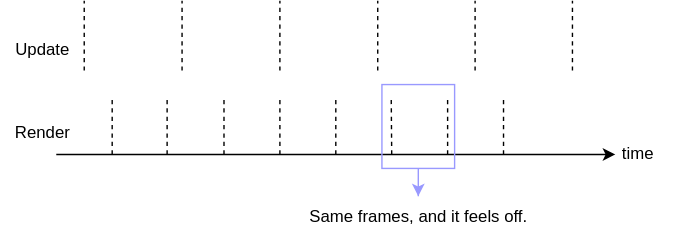
Earlier version of the draw.io export content/posts/frame-pacing/resources/timestep_1.svg (raylee9919/raylee9919.github.io). Source tidied: cells renumbered, new cells last; positions are measured from the earlier drawing's top-left corner, leaving out a move shared by most shapes.
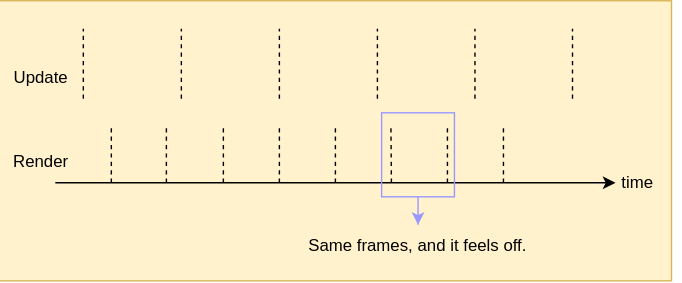
After the commit.

Diff of the diagram source:
```diff
@@ -2,113 +2,116 @@
   <root>
     <mxCell id="0" />
     <mxCell id="1" parent="0" />
-    <mxCell id="2" style="endArrow=classic;html=1;rounded=0;" parent="1" edge="1">
-      <mxGeometry relative="1" as="geometry">
-        <mxPoint x="40" y="110" as="sourcePoint" />
-        <mxPoint x="440" y="110" as="targetPoint" />
-      </mxGeometry>
+    <mxCell id="2" style="rounded=0;whiteSpace=wrap;html=1;fillColor=#fff2cc;strokeColor=#d6b656;" parent="1" vertex="1">
+      <mxGeometry x="80" y="-210" width="480" height="200" as="geometry" />
     </mxCell>
-    <mxCell id="3" style="endArrow=none;dashed=1;html=1;rounded=0;" parent="1" edge="1">
+    <mxCell id="3" style="endArrow=classic;html=1;rounded=0;" parent="1" edge="1">
       <mxGeometry relative="1" as="geometry">
-        <mxPoint x="80" y="110" as="sourcePoint" />
-        <mxPoint x="80" y="70" as="targetPoint" />
+        <mxPoint x="120" y="-80" as="sourcePoint" />
+        <mxPoint x="520" y="-80" as="targetPoint" />
       </mxGeometry>
     </mxCell>
     <mxCell id="4" style="endArrow=none;dashed=1;html=1;rounded=0;" parent="1" edge="1">
       <mxGeometry relative="1" as="geometry">
-        <mxPoint x="119.3" y="110" as="sourcePoint" />
-        <mxPoint x="119.3" y="70" as="targetPoint" />
+        <mxPoint x="160" y="-80" as="sourcePoint" />
+        <mxPoint x="160" y="-120" as="targetPoint" />
       </mxGeometry>
     </mxCell>
     <mxCell id="5" style="endArrow=none;dashed=1;html=1;rounded=0;" parent="1" edge="1">
       <mxGeometry relative="1" as="geometry">
-        <mxPoint x="160" y="110" as="sourcePoint" />
-        <mxPoint x="160" y="70" as="targetPoint" />
+        <mxPoint x="199.3" y="-80" as="sourcePoint" />
+        <mxPoint x="199.3" y="-120" as="targetPoint" />
       </mxGeometry>
     </mxCell>
     <mxCell id="6" style="endArrow=none;dashed=1;html=1;rounded=0;" parent="1" edge="1">
       <mxGeometry relative="1" as="geometry">
-        <mxPoint x="200" y="110" as="sourcePoint" />
-        <mxPoint x="200" y="70" as="targetPoint" />
+        <mxPoint x="240" y="-80" as="sourcePoint" />
+        <mxPoint x="240" y="-120" as="targetPoint" />
       </mxGeometry>
     </mxCell>
     <mxCell id="7" style="endArrow=none;dashed=1;html=1;rounded=0;" parent="1" edge="1">
       <mxGeometry relative="1" as="geometry">
-        <mxPoint x="240" y="110" as="sourcePoint" />
-        <mxPoint x="240" y="70" as="targetPoint" />
+        <mxPoint x="280" y="-80" as="sourcePoint" />
+        <mxPoint x="280" y="-120" as="targetPoint" />
       </mxGeometry>
     </mxCell>
     <mxCell id="8" style="endArrow=none;dashed=1;html=1;rounded=0;" parent="1" edge="1">
       <mxGeometry relative="1" as="geometry">
-        <mxPoint x="280" y="110" as="sourcePoint" />
-        <mxPoint x="279.7" y="70" as="targetPoint" />
+        <mxPoint x="320" y="-80" as="sourcePoint" />
+        <mxPoint x="320" y="-120" as="targetPoint" />
       </mxGeometry>
     </mxCell>
     <mxCell id="9" style="endArrow=none;dashed=1;html=1;rounded=0;" parent="1" edge="1">
       <mxGeometry relative="1" as="geometry">
-        <mxPoint x="320" y="110" as="sourcePoint" />
-        <mxPoint x="320" y="70" as="targetPoint" />
+        <mxPoint x="360" y="-80" as="sourcePoint" />
+        <mxPoint x="359.7" y="-120" as="targetPoint" />
       </mxGeometry>
     </mxCell>
     <mxCell id="10" style="endArrow=none;dashed=1;html=1;rounded=0;" parent="1" edge="1">
       <mxGeometry relative="1" as="geometry">
-        <mxPoint x="360" y="110" as="sourcePoint" />
-        <mxPoint x="360" y="70" as="targetPoint" />
+        <mxPoint x="400" y="-80" as="sourcePoint" />
+        <mxPoint x="400" y="-120" as="targetPoint" />
       </mxGeometry>
     </mxCell>
     <mxCell id="11" style="endArrow=none;dashed=1;html=1;rounded=0;" parent="1" edge="1">
       <mxGeometry relative="1" as="geometry">
-        <mxPoint x="60" y="50" as="sourcePoint" />
-        <mxPoint x="60" as="targetPoint" />
+        <mxPoint x="440" y="-80" as="sourcePoint" />
+        <mxPoint x="440" y="-120" as="targetPoint" />
       </mxGeometry>
     </mxCell>
     <mxCell id="12" style="endArrow=none;dashed=1;html=1;rounded=0;" parent="1" edge="1">
       <mxGeometry relative="1" as="geometry">
-        <mxPoint x="130" y="50" as="sourcePoint" />
-        <mxPoint x="130" as="targetPoint" />
+        <mxPoint x="140" y="-140" as="sourcePoint" />
+        <mxPoint x="140" y="-190" as="targetPoint" />
       </mxGeometry>
     </mxCell>
     <mxCell id="13" style="endArrow=none;dashed=1;html=1;rounded=0;" parent="1" edge="1">
       <mxGeometry relative="1" as="geometry">
-        <mxPoint x="200" y="50" as="sourcePoint" />
-        <mxPoint x="200" as="targetPoint" />
+        <mxPoint x="210" y="-140" as="sourcePoint" />
+        <mxPoint x="210" y="-190" as="targetPoint" />
       </mxGeometry>
     </mxCell>
     <mxCell id="14" style="endArrow=none;dashed=1;html=1;rounded=0;" parent="1" edge="1">
       <mxGeometry relative="1" as="geometry">
-        <mxPoint x="270" y="50" as="sourcePoint" />
-        <mxPoint x="270" as="targetPoint" />
+        <mxPoint x="280" y="-140" as="sourcePoint" />
+        <mxPoint x="280" y="-190" as="targetPoint" />
       </mxGeometry>
     </mxCell>
     <mxCell id="15" style="endArrow=none;dashed=1;html=1;rounded=0;" parent="1" edge="1">
       <mxGeometry relative="1" as="geometry">
-        <mxPoint x="339.7" y="50" as="sourcePoint" />
-        <mxPoint x="339.7" as="targetPoint" />
+        <mxPoint x="350" y="-140" as="sourcePoint" />
+        <mxPoint x="350" y="-190" as="targetPoint" />
       </mxGeometry>
     </mxCell>
     <mxCell id="16" style="endArrow=none;dashed=1;html=1;rounded=0;" parent="1" edge="1">
       <mxGeometry relative="1" as="geometry">
-        <mxPoint x="409.3" y="50" as="sourcePoint" />
-        <mxPoint x="409.3" as="targetPoint" />
+        <mxPoint x="419.7" y="-140" as="sourcePoint" />
+        <mxPoint x="419.7" y="-190" as="targetPoint" />
       </mxGeometry>
     </mxCell>
-    <mxCell id="17" value="time" style="text;html=1;whiteSpace=wrap;strokeColor=none;fillColor=none;align=center;verticalAlign=middle;rounded=0;" parent="1" vertex="1">
-      <mxGeometry x="426" y="95" width="60" height="30" as="geometry" />
+    <mxCell id="17" style="endArrow=none;dashed=1;html=1;rounded=0;" parent="1" edge="1">
+      <mxGeometry relative="1" as="geometry">
+        <mxPoint x="489.3" y="-140" as="sourcePoint" />
+        <mxPoint x="489.3" y="-190" as="targetPoint" />
+      </mxGeometry>
     </mxCell>
-    <mxCell id="18" value="Update" style="text;html=1;whiteSpace=wrap;strokeColor=none;fillColor=none;align=center;verticalAlign=middle;rounded=0;" parent="1" vertex="1">
-      <mxGeometry y="20" width="60" height="30" as="geometry" />
+    <mxCell id="18" value="time" style="text;html=1;whiteSpace=wrap;strokeColor=none;fillColor=none;align=center;verticalAlign=middle;rounded=0;" parent="1" vertex="1">
+      <mxGeometry x="506" y="-95" width="60" height="30" as="geometry" />
     </mxCell>
-    <mxCell id="19" value="Render" style="text;html=1;whiteSpace=wrap;strokeColor=none;fillColor=none;align=center;verticalAlign=middle;rounded=0;" parent="1" vertex="1">
-      <mxGeometry y="80" width="60" height="30" as="geometry" />
+    <mxCell id="19" value="Update" style="text;html=1;whiteSpace=wrap;strokeColor=none;fillColor=none;align=center;verticalAlign=middle;rounded=0;" parent="1" vertex="1">
+      <mxGeometry x="80" y="-170" width="60" height="30" as="geometry" />
     </mxCell>
-    <mxCell id="20" style="edgeStyle=orthogonalEdgeStyle;rounded=0;jettySize=auto;html=1;entryX=0.5;entryY=0;entryDx=0;entryDy=0;strokeColor=#9999FF;" parent="1" edge="1" source="21" target="22">
-      <mxGeometry relative="1" as="geometry" />
+    <mxCell id="20" value="Render" style="text;html=1;whiteSpace=wrap;strokeColor=none;fillColor=none;align=center;verticalAlign=middle;rounded=0;" parent="1" vertex="1">
+      <mxGeometry x="80" y="-110" width="60" height="30" as="geometry" />
     </mxCell>
-    <mxCell id="21" style="rounded=0;whiteSpace=wrap;html=1;fillColor=none;strokeColor=#9999FF;" parent="1" vertex="1">
-      <mxGeometry x="273" y="60" width="52" height="60" as="geometry" />
+    <mxCell id="21" style="edgeStyle=orthogonalEdgeStyle;rounded=0;jettySize=auto;html=1;entryX=0.5;entryY=0;entryDx=0;entryDy=0;strokeColor=#9999FF;" parent="1" edge="1" source="22" target="23">
+      <mxGeometry relative="1" as="geometry" />
     </mxCell>
-    <mxCell id="22" value="Same frames, and it feels off." style="text;html=1;whiteSpace=wrap;strokeColor=none;fillColor=none;align=center;verticalAlign=middle;rounded=0;" parent="1" vertex="1">
-      <mxGeometry x="194" y="140" width="210" height="30" as="geometry" />
+    <mxCell id="22" style="rounded=0;whiteSpace=wrap;html=1;fillColor=none;strokeColor=#9999FF;" parent="1" vertex="1">
+      <mxGeometry x="353" y="-130" width="52" height="60" as="geometry" />
     </mxCell>
+    <mxCell id="23" value="Same frames, and it feels off." style="text;html=1;whiteSpace=wrap;strokeColor=none;fillColor=none;align=center;verticalAlign=middle;rounded=0;" parent="1" vertex="1">
+      <mxGeometry x="274" y="-50" width="210" height="30" as="geometry" />
+    </mxCell>
   </root>
 </mxGraphModel>
```
